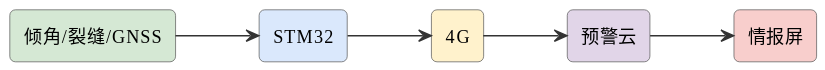
Earlier version of the PlantUML export assets/diagrams/ideas-fig42.svg (mingyi0818/IntelligentMcuCourse).
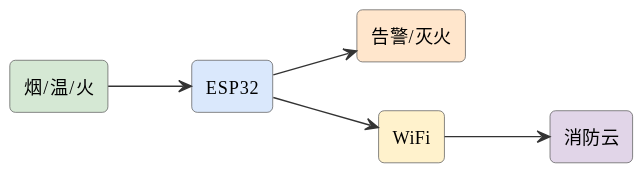
The same file after the commit.

The edit, as a diff of the source:
```diff
@@ -6,13 +6,13 @@
 skinparam arrowFontSize 11
 skinparam arrowColor #333
 left to right direction
-rectangle "倾角/裂缝/GNSS" as s #d5e8d4
-rectangle "STM32" as stm #dae8fc
-rectangle "4G" as g #fff2cc
-rectangle "预警云" as cloud #e1d5e8
-rectangle "情报屏" as scr #f8cecc
-s --> stm
-stm --> g
-g --> cloud
-cloud --> scr
+rectangle "烟/温/火" as s #d5e8d4
+rectangle "ESP32" as esp #dae8fc
+rectangle "告警/灭火" as act #ffe6cc
+rectangle "WiFi" as wifi #fff2cc
+rectangle "消防云" as cloud #e1d5e8
+s --> esp
+esp --> act
+esp --> wifi
+wifi --> cloud
 @enduml
```
